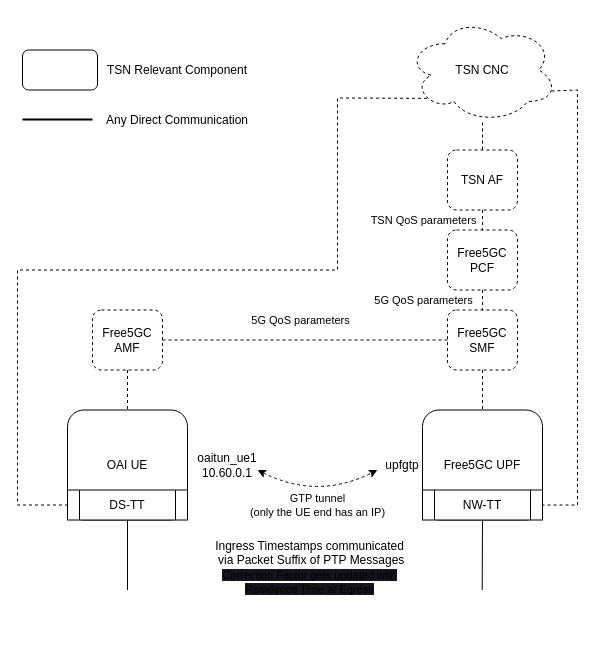
ottoblep/tsn-5g-testbench keeps this draw.io diagram as docs/tsn-components.drawio. Above is the earlier version. Source tidied: cells renumbered, new cells numbered last; positions are measured from the earlier drawing's top-left corner, leaving out a move shared by most shapes. Both pictures are drawn from the tidied source at 100%, with x=0, y=0 at pixel (17, 17).
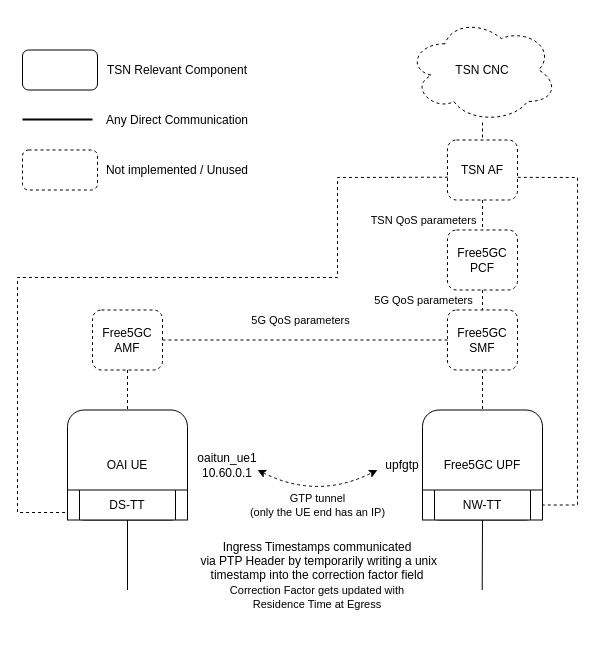
After the change.

Commit message (it also covers changes not shown here):
Update tsn diagram

Unchanged cells that the change refers to:
```xml
<mxCell id="13" value="DS-TT" style="shape=process;whiteSpace=wrap;html=1;backgroundOutline=1;" parent="1" vertex="1">
  <mxGeometry x="50" y="472.5" width="120" height="30" as="geometry" />
</mxCell>
<mxCell id="14" value="NW-TT" style="shape=process;whiteSpace=wrap;html=1;backgroundOutline=1;" parent="1" vertex="1">
  <mxGeometry x="405" y="472.5" width="120" height="30" as="geometry" />
</mxCell>
<mxCell id="28" value="TSN CNC" style="ellipse;shape=cloud;whiteSpace=wrap;html=1;dashed=1;" parent="1" vertex="1">
  <mxGeometry x="390" width="150" height="105" as="geometry" />
</mxCell>
```

The edit, as a diff of the source:
```diff
@@
     <mxCell id="12" value="TSN AF" style="rounded=1;whiteSpace=wrap;html=1;dashed=1;" parent="1" vertex="1">
-      <mxGeometry x="430" y="132.5" width="70" height="60" as="geometry" />
+      <mxGeometry x="430" y="122.5" width="70" height="60" as="geometry" />
     </mxCell>
@@
-    <mxCell id="30" style="endArrow=none;html=1;rounded=0;entryX=1;entryY=0.5;entryDx=0;entryDy=0;exitX=0.96;exitY=0.7;exitDx=0;exitDy=0;dashed=1;exitPerimeter=0;" parent="1" edge="1" source="28" target="14">
+    <mxCell id="30" style="endArrow=none;html=1;rounded=0;entryX=1;entryY=0.5;entryDx=0;entryDy=0;dashed=1;exitX=1.004;exitY=0.623;exitDx=0;exitDy=0;exitPerimeter=0;" parent="1" edge="1" source="12" target="14">
       <mxGeometry relative="1" as="geometry">
         <Array as="points">
-          <mxPoint x="560" y="72.5" />
+          <mxPoint x="560" y="160" />
           <mxPoint x="560" y="487.5" />
         </Array>
       </mxGeometry>
     </mxCell>
-    <mxCell id="31" style="endArrow=none;html=1;rounded=0;entryX=0;entryY=0.5;entryDx=0;entryDy=0;exitX=0.13;exitY=0.77;exitDx=0;exitDy=0;dashed=1;exitPerimeter=0;" parent="1" edge="1" source="28" target="13">
+    <mxCell id="31" style="endArrow=none;html=1;rounded=0;entryX=0;entryY=0.5;entryDx=0;entryDy=0;dashed=1;exitX=0.006;exitY=0.62;exitDx=0;exitDy=0;exitPerimeter=0;" parent="1" edge="1" source="12">
       <mxGeometry relative="1" as="geometry">
+        <mxPoint x="50" y="495" as="targetPoint" />
         <Array as="points">
-          <mxPoint x="320" y="80.5" />
-          <mxPoint x="320" y="252.5" />
-          <mxPoint y="252.5" />
-          <mxPoint y="487.5" />
+          <mxPoint x="320" y="160" />
+          <mxPoint x="320" y="260" />
+          <mxPoint y="260" />
+          <mxPoint y="495" />
         </Array>
       </mxGeometry>
     </mxCell>
-    <mxCell id="32" value="Ingress Timestamps communicated&lt;br style=&quot;font-size: 11px;&quot;&gt;&amp;nbsp;via Packet Suffix of PTP Messages&lt;br style=&quot;font-size: 11px;&quot;&gt;&lt;span style=&quot;font-size: 11px; background-color: rgb(24, 20, 29);&quot;&gt;Correction Factor gets updated with &lt;br&gt;Residence Time&amp;nbsp;&lt;/span&gt;&lt;span style=&quot;font-size: 11px; background-color: rgb(24, 20, 29);&quot;&gt;at Egress&lt;/span&gt;" style="text;html=1;strokeColor=none;fillColor=none;align=center;verticalAlign=middle;whiteSpace=wrap;rounded=0;" parent="1" vertex="1">
-      <mxGeometry x="155" y="510" width="275" height="80" as="geometry" />
+    <mxCell id="32" value="Ingress Timestamps communicated&lt;br style=&quot;font-size: 11px;&quot;&gt;&amp;nbsp;via PTP Header by temporarily writing a unix timestamp into the correction factor field&lt;br style=&quot;font-size: 11px;&quot;&gt;&lt;span style=&quot;font-size: 11px;&quot;&gt;Correction Factor gets updated with &lt;br&gt;Residence Time&amp;nbsp;&lt;/span&gt;&lt;span style=&quot;font-size: 11px;&quot;&gt;at Egress&lt;/span&gt;" style="text;html=1;strokeColor=none;fillColor=none;align=center;verticalAlign=middle;whiteSpace=wrap;rounded=0;" parent="1" vertex="1">
+      <mxGeometry x="155" y="502.5" width="290" height="110" as="geometry" />
     </mxCell>
+    <mxCell id="33" style="rounded=1;whiteSpace=wrap;html=1;dashed=1;" parent="1" vertex="1">
+      <mxGeometry x="5" y="132.5" width="75" height="40" as="geometry" />
+    </mxCell>
+    <mxCell id="34" value="Not implemented / Unused" style="text;html=1;strokeColor=none;fillColor=none;align=center;verticalAlign=middle;whiteSpace=wrap;rounded=0;" parent="1" vertex="1">
+      <mxGeometry x="80" y="137.5" width="160" height="30" as="geometry" />
+    </mxCell>
```
